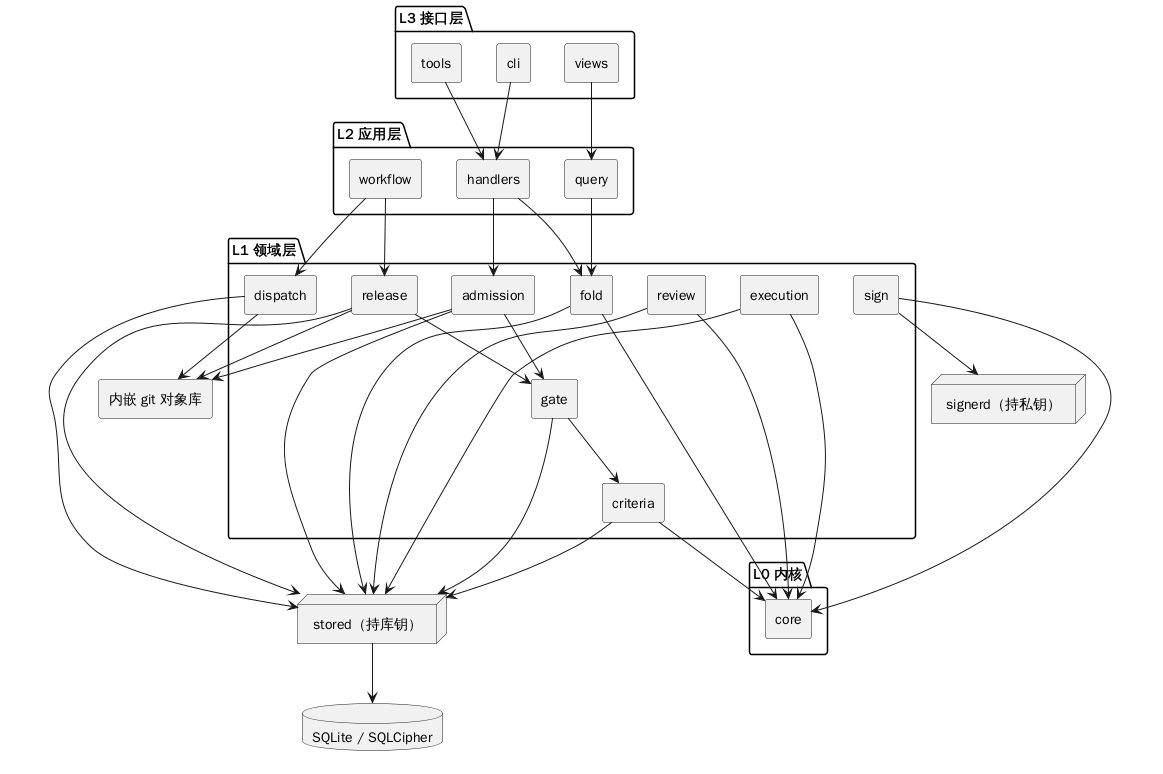
raitpor/dsh-software-dev-office keeps this PlantUML diagram as design/diagrams/arch-components.png. Above is the earlier version.
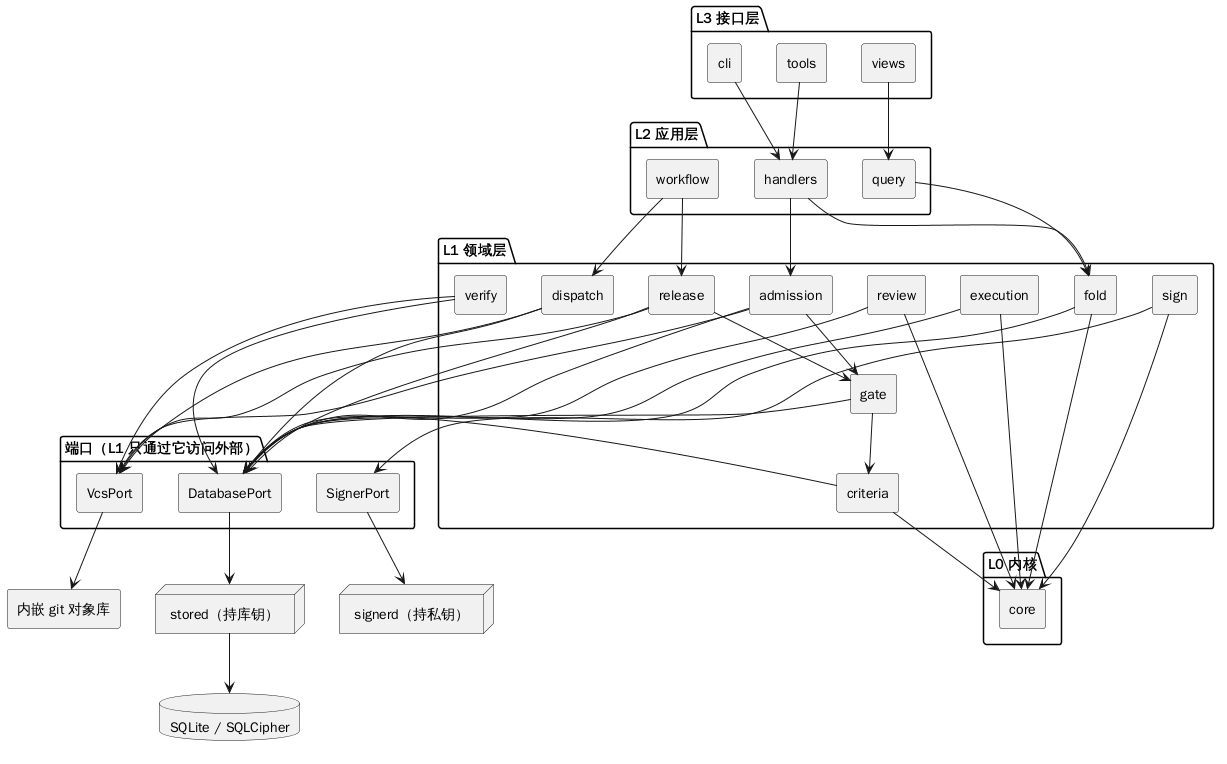
After the change.

Diff of the diagram source:
```diff
@@ -10,6 +10,11 @@
   component "workflow" as wf
   component "query" as q
 }
+package "端口（L1 只通过它访问外部）" {
+  component "DatabasePort" as DBPort
+  component "VcsPort" as VcsPort
+  component "SignerPort" as SignerPort
+}
 package "L1 领域层" {
   component "fold" as fold
   component "criteria" as criteria
@@ -18,6 +23,7 @@
   component "dispatch" as dispatch
   component "review" as review
   component "execution" as exec
+  component "verify" as verify
   component "release" as release
   component "sign" as sign
 }
@@ -42,22 +48,27 @@
 criteria --> core
 gate --> criteria
 admission --> gate
-admission --> VCS
-dispatch --> VCS
 review --> core
 exec --> core
 release --> gate
-release --> VCS
 sign --> core
 
-fold --> ST
-criteria --> ST
-gate --> ST
-admission --> ST
-dispatch --> ST
-review --> ST
-exec --> ST
-release --> ST
-sign --> SG
+fold --> DBPort
+criteria --> DBPort
+gate --> DBPort
+admission --> DBPort
+dispatch --> DBPort
+review --> DBPort
+exec --> DBPort
+release --> DBPort
+verify --> DBPort
+DBPort --> ST
+VcsPort --> VCS
+admission --> VcsPort
+dispatch --> VcsPort
+release --> VcsPort
+verify --> VcsPort
+sign --> SignerPort
+SignerPort --> SG
 ST --> DB
 @enduml
```
